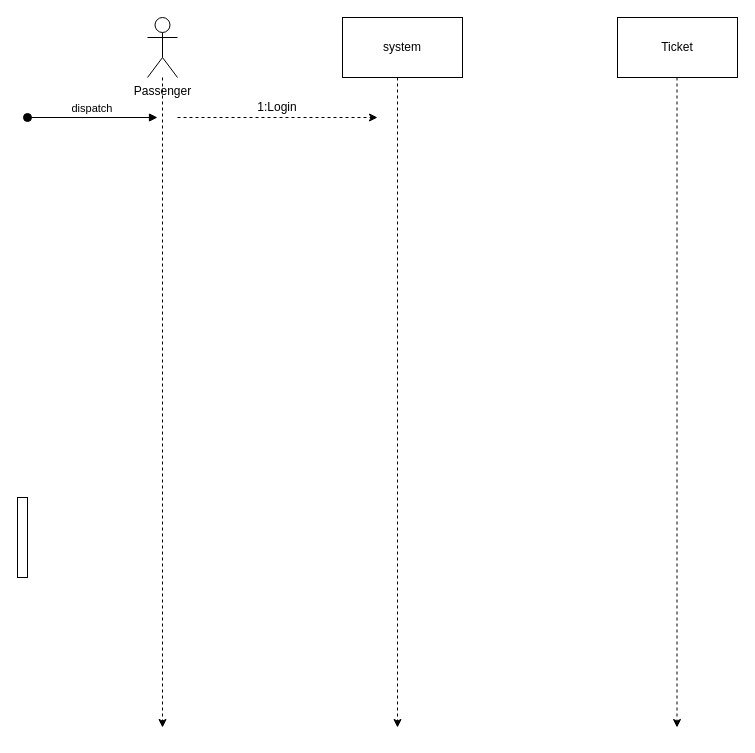
abdelrhmanabdelhaie/learnGit keeps this draw.io diagram as Untitled Diagram.drawio. Above is the earlier version. Source tidied: cells renumbered, new cells numbered last; positions are measured from the earlier drawing's top-left corner, leaving out a move shared by most shapes. Both pictures are drawn from the tidied source at 100%, with x=0, y=0 at pixel (17, 17).
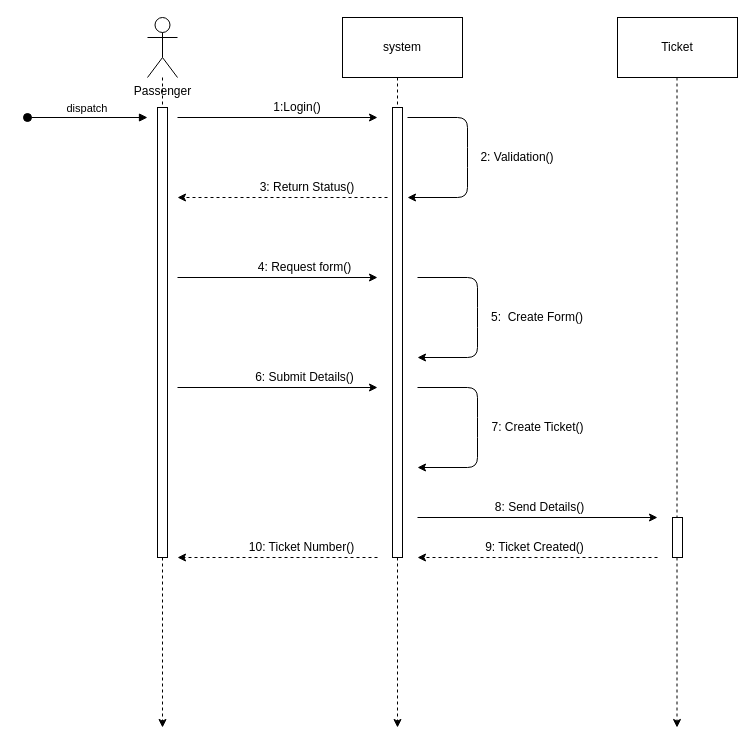
The same page after the edit.

Commit message:
RealWay Sequence Digram.drawio

Diff of the diagram source:
```diff
@@
     <mxCell id="8" value="dispatch" style="verticalAlign=bottom;startArrow=oval;endArrow=block;startSize=8;shadow=0;strokeWidth=1;" parent="1" edge="1">
       <mxGeometry relative="1" as="geometry">
         <mxPoint x="10" y="100" as="sourcePoint" />
-        <mxPoint x="140" y="100" as="targetPoint" />
+        <mxPoint x="130" y="100" as="targetPoint" />
       </mxGeometry>
     </mxCell>
     <mxCell id="9" style="perimeter=orthogonalPerimeter;rounded=0;shadow=0;strokeWidth=1;" parent="1" vertex="1">
-      <mxGeometry y="480" width="10" height="80" as="geometry" />
+      <mxGeometry x="140" y="90" width="10" height="450" as="geometry" />
     </mxCell>
-    <mxCell id="10" style="endArrow=classic;html=1;dashed=1;" parent="1" edge="1">
+    <mxCell id="10" style="endArrow=classic;html=1;" parent="1" edge="1">
       <mxGeometry relative="1" as="geometry">
         <mxPoint x="160" y="100" as="sourcePoint" />
         <mxPoint x="360" y="100" as="targetPoint" />
       </mxGeometry>
     </mxCell>
-    <mxCell id="11" value="1:Login" style="text;html=1;strokeColor=none;fillColor=none;align=center;verticalAlign=middle;whiteSpace=wrap;rounded=0;" parent="1" vertex="1">
-      <mxGeometry x="240" y="80" width="40" height="20" as="geometry" />
+    <mxCell id="11" value="1:Login()" style="text;html=1;strokeColor=none;fillColor=none;align=center;verticalAlign=middle;whiteSpace=wrap;rounded=0;" parent="1" vertex="1">
+      <mxGeometry x="240" y="80" width="80" height="20" as="geometry" />
     </mxCell>
+    <mxCell id="12" style="endArrow=classic;html=1;" parent="1" edge="1">
+      <mxGeometry relative="1" as="geometry">
+        <mxPoint x="390" y="100" as="sourcePoint" />
+        <mxPoint x="390" y="180" as="targetPoint" />
+        <Array as="points">
+          <mxPoint x="450" y="100" />
+          <mxPoint x="450" y="140" />
+          <mxPoint x="450" y="180" />
+        </Array>
+      </mxGeometry>
+    </mxCell>
+    <mxCell id="13" value="2: Validation()" style="text;html=1;strokeColor=none;fillColor=none;align=center;verticalAlign=middle;whiteSpace=wrap;rounded=0;" parent="1" vertex="1">
+      <mxGeometry x="460" y="130" width="80" height="20" as="geometry" />
+    </mxCell>
+    <mxCell id="14" style="endArrow=classic;html=1;dashed=1;" parent="1" edge="1">
+      <mxGeometry relative="1" as="geometry">
+        <mxPoint x="370" y="180" as="sourcePoint" />
+        <mxPoint x="160" y="180" as="targetPoint" />
+      </mxGeometry>
+    </mxCell>
+    <mxCell id="15" value="3: Return Status()" style="text;html=1;strokeColor=none;fillColor=none;align=center;verticalAlign=middle;whiteSpace=wrap;rounded=0;" parent="1" vertex="1">
+      <mxGeometry x="240" y="160" width="100" height="20" as="geometry" />
+    </mxCell>
+    <mxCell id="16" style="endArrow=classic;html=1;" parent="1" edge="1">
+      <mxGeometry relative="1" as="geometry">
+        <mxPoint x="160" y="260" as="sourcePoint" />
+        <mxPoint x="360" y="260" as="targetPoint" />
+      </mxGeometry>
+    </mxCell>
+    <mxCell id="17" value="4: Request form()" style="text;html=1;strokeColor=none;fillColor=none;align=center;verticalAlign=middle;whiteSpace=wrap;rounded=0;" parent="1" vertex="1">
+      <mxGeometry x="235" y="240" width="105" height="20" as="geometry" />
+    </mxCell>
+    <mxCell id="18" style="endArrow=classic;html=1;" parent="1" edge="1">
+      <mxGeometry relative="1" as="geometry">
+        <mxPoint x="400" y="260" as="sourcePoint" />
+        <mxPoint x="400" y="340" as="targetPoint" />
+        <Array as="points">
+          <mxPoint x="460" y="260" />
+          <mxPoint x="460" y="300" />
+          <mxPoint x="460" y="340" />
+        </Array>
+      </mxGeometry>
+    </mxCell>
+    <mxCell id="19" value="5:&amp;nbsp; Create Form()" style="text;html=1;strokeColor=none;fillColor=none;align=center;verticalAlign=middle;whiteSpace=wrap;rounded=0;" parent="1" vertex="1">
+      <mxGeometry x="470" y="290" width="100" height="20" as="geometry" />
+    </mxCell>
+    <mxCell id="20" style="endArrow=classic;html=1;" parent="1" edge="1">
+      <mxGeometry relative="1" as="geometry">
+        <mxPoint x="160" y="370" as="sourcePoint" />
+        <mxPoint x="360" y="370" as="targetPoint" />
+      </mxGeometry>
+    </mxCell>
+    <mxCell id="21" value="6: Submit Details()" style="text;html=1;strokeColor=none;fillColor=none;align=center;verticalAlign=middle;whiteSpace=wrap;rounded=0;" parent="1" vertex="1">
+      <mxGeometry x="235" y="350" width="105" height="20" as="geometry" />
+    </mxCell>
+    <mxCell id="22" value="7: Create Ticket()" style="text;html=1;strokeColor=none;fillColor=none;align=center;verticalAlign=middle;whiteSpace=wrap;rounded=0;" parent="1" vertex="1">
+      <mxGeometry x="467.5" y="400" width="105" height="20" as="geometry" />
+    </mxCell>
+    <mxCell id="23" style="endArrow=classic;html=1;" parent="1" edge="1">
+      <mxGeometry relative="1" as="geometry">
+        <mxPoint x="400" y="370" as="sourcePoint" />
+        <mxPoint x="400" y="450" as="targetPoint" />
+        <Array as="points">
+          <mxPoint x="460" y="370" />
+          <mxPoint x="460" y="410" />
+          <mxPoint x="460" y="450" />
+        </Array>
+      </mxGeometry>
+    </mxCell>
+    <mxCell id="24" style="endArrow=classic;html=1;" parent="1" edge="1">
+      <mxGeometry relative="1" as="geometry">
+        <mxPoint x="400" y="500" as="sourcePoint" />
+        <mxPoint x="640" y="500" as="targetPoint" />
+      </mxGeometry>
+    </mxCell>
+    <mxCell id="25" value="8: Send Details()" style="text;html=1;strokeColor=none;fillColor=none;align=center;verticalAlign=middle;whiteSpace=wrap;rounded=0;" parent="1" vertex="1">
+      <mxGeometry x="470" y="480" width="105" height="20" as="geometry" />
+    </mxCell>
+    <mxCell id="26" style="endArrow=classic;html=1;dashed=1;" parent="1" edge="1">
+      <mxGeometry relative="1" as="geometry">
+        <mxPoint x="640" y="540" as="sourcePoint" />
+        <mxPoint x="400" y="540" as="targetPoint" />
+      </mxGeometry>
+    </mxCell>
+    <mxCell id="27" value="9: Ticket Created()" style="text;html=1;strokeColor=none;fillColor=none;align=center;verticalAlign=middle;whiteSpace=wrap;rounded=0;" parent="1" vertex="1">
+      <mxGeometry x="465" y="520" width="105" height="20" as="geometry" />
+    </mxCell>
+    <mxCell id="28" style="endArrow=classic;html=1;dashed=1;" parent="1" edge="1">
+      <mxGeometry relative="1" as="geometry">
+        <mxPoint x="360" y="540" as="sourcePoint" />
+        <mxPoint x="160" y="540" as="targetPoint" />
+      </mxGeometry>
+    </mxCell>
+    <mxCell id="29" value="10: Ticket Number()" style="text;html=1;strokeColor=none;fillColor=none;align=center;verticalAlign=middle;whiteSpace=wrap;rounded=0;" parent="1" vertex="1">
+      <mxGeometry x="227.5" y="520" width="112.5" height="20" as="geometry" />
+    </mxCell>
+    <mxCell id="30" style="perimeter=orthogonalPerimeter;rounded=0;shadow=0;strokeWidth=1;" parent="1" vertex="1">
+      <mxGeometry x="375" y="90" width="10" height="450" as="geometry" />
+    </mxCell>
+    <mxCell id="31" style="perimeter=orthogonalPerimeter;rounded=0;shadow=0;strokeWidth=1;" parent="1" vertex="1">
+      <mxGeometry x="655" y="500" width="10" height="40" as="geometry" />
+    </mxCell>
```
